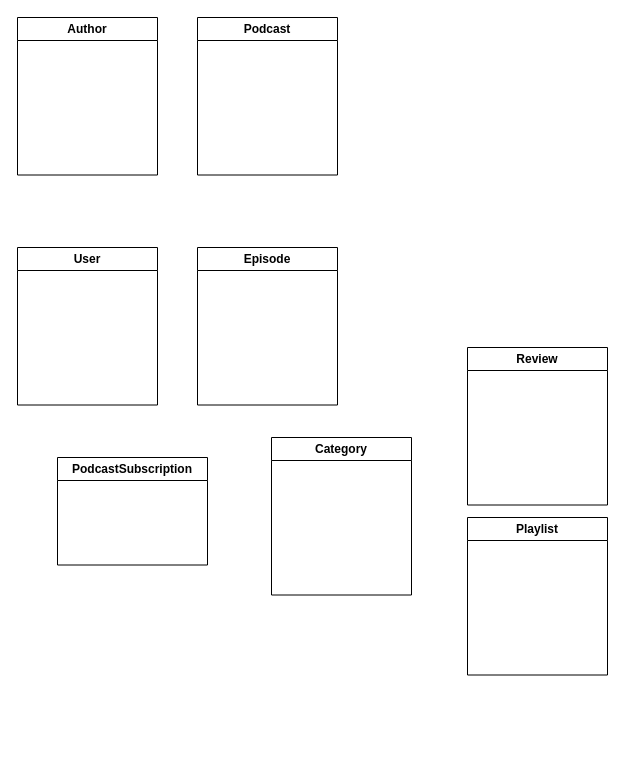
zlrkw11/CS-235 keeps this draw.io diagram as 235 Class Diagram.drawio. Above is the earlier version. Source tidied: cells renumbered, new cells numbered last; positions are measured from the earlier drawing's top-left corner, leaving out a move shared by most shapes. Both pictures are drawn from the tidied source at 100%, with x=0, y=0 at pixel (17, 17).
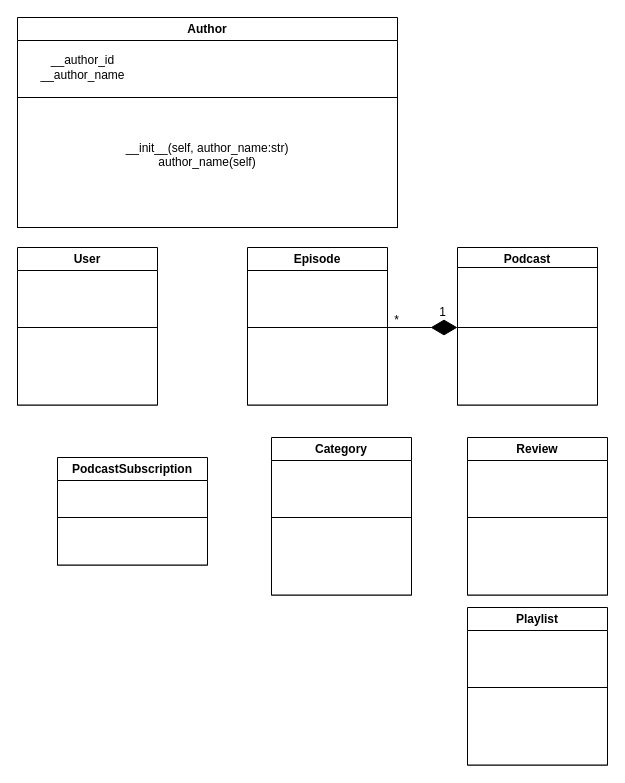
The same page after the edit.

Commit message:
episode -> podcast

The change refers to these unchanged cells:
```xml
<mxCell id="5" value="User" style="swimlane;whiteSpace=wrap;html=1;" parent="1" vertex="1">
  <mxGeometry y="230" width="140" height="157.5" as="geometry" />
</mxCell>
<mxCell id="6" value="PodcastSubscription" style="swimlane;whiteSpace=wrap;html=1;" parent="1" vertex="1">
  <mxGeometry x="40" y="440" width="150" height="107.5" as="geometry" />
</mxCell>
<mxCell id="7" value="Category" style="swimlane;whiteSpace=wrap;html=1;" parent="1" vertex="1">
  <mxGeometry x="254" y="420" width="140" height="157.5" as="geometry" />
</mxCell>
```

What changed in the source:
```diff
@@
     <mxCell id="2" value="Author" style="swimlane;whiteSpace=wrap;html=1;" parent="1" vertex="1">
-      <mxGeometry width="140" height="157.5" as="geometry" />
+      <mxGeometry width="380" height="210" as="geometry" />
     </mxCell>
+    <mxCell id="10" value="__init__(self, author_name:str)&lt;div&gt;&lt;span style=&quot;background-color: initial;&quot;&gt;author_name(self)&lt;/span&gt;&lt;div&gt;&lt;br&gt;&lt;/div&gt;&lt;/div&gt;" style="rounded=0;whiteSpace=wrap;html=1;" parent="2" vertex="1">
+      <mxGeometry y="80" width="380" height="130" as="geometry" />
+    </mxCell>
+    <mxCell id="11" value="__author_id&lt;div&gt;__author_name&lt;/div&gt;" style="text;html=1;align=center;verticalAlign=middle;strokeColor=none;fillColor=none;" parent="2" vertex="1">
+      <mxGeometry x="10" y="30" width="110" height="40" as="geometry" />
+    </mxCell>
     <mxCell id="3" value="Podcast" style="swimlane;whiteSpace=wrap;html=1;" parent="1" vertex="1">
-      <mxGeometry x="180" width="140" height="157.5" as="geometry" />
+      <mxGeometry x="440" y="230" width="140" height="157.5" as="geometry" />
     </mxCell>
+    <mxCell id="12" style="rounded=0;whiteSpace=wrap;html=1;" parent="3" vertex="1">
+      <mxGeometry y="80" width="140" height="77.5" as="geometry" />
+    </mxCell>
+    <mxCell id="13" style="rounded=0;whiteSpace=wrap;html=1;" parent="3" vertex="1">
+      <mxGeometry y="20" width="140" height="60" as="geometry" />
+    </mxCell>
     <mxCell id="4" value="Episode" style="swimlane;whiteSpace=wrap;html=1;" parent="1" vertex="1">
-      <mxGeometry x="180" y="230" width="140" height="157.5" as="geometry" />
+      <mxGeometry x="230" y="230" width="140" height="157.5" as="geometry" />
     </mxCell>
+    <mxCell id="14" style="rounded=0;whiteSpace=wrap;html=1;" parent="4" vertex="1">
+      <mxGeometry y="80" width="140" height="77.5" as="geometry" />
+    </mxCell>
+    <mxCell id="15" style="rounded=0;whiteSpace=wrap;html=1;" parent="4" vertex="1">
+      <mxGeometry y="23" width="140" height="57" as="geometry" />
+    </mxCell>
@@
+    <mxCell id="16" style="rounded=0;whiteSpace=wrap;html=1;" parent="5" vertex="1">
+      <mxGeometry y="80" width="140" height="77.5" as="geometry" />
+    </mxCell>
@@
+    <mxCell id="17" style="rounded=0;whiteSpace=wrap;html=1;" parent="6" vertex="1">
+      <mxGeometry y="60" width="150" height="47.5" as="geometry" />
+    </mxCell>
@@
+    <mxCell id="18" style="rounded=0;whiteSpace=wrap;html=1;" parent="7" vertex="1">
+      <mxGeometry y="80" width="140" height="77.5" as="geometry" />
+    </mxCell>
     <mxCell id="8" value="Review" style="swimlane;whiteSpace=wrap;html=1;" parent="1" vertex="1">
-      <mxGeometry x="450" y="330" width="140" height="157.5" as="geometry" />
+      <mxGeometry x="450" y="420" width="140" height="157.5" as="geometry" />
     </mxCell>
+    <mxCell id="19" style="rounded=0;whiteSpace=wrap;html=1;" parent="8" vertex="1">
+      <mxGeometry y="80" width="140" height="77.5" as="geometry" />
+    </mxCell>
     <mxCell id="9" value="Playlist" style="swimlane;whiteSpace=wrap;html=1;" parent="1" vertex="1">
-      <mxGeometry x="450" y="500" width="140" height="157.5" as="geometry" />
+      <mxGeometry x="450" y="590" width="140" height="157.5" as="geometry" />
     </mxCell>
+    <mxCell id="20" style="rounded=0;whiteSpace=wrap;html=1;" parent="9" vertex="1">
+      <mxGeometry y="80" width="140" height="77.5" as="geometry" />
+    </mxCell>
+    <mxCell id="21" style="endArrow=diamondThin;endFill=1;endSize=24;html=1;rounded=0;entryX=0;entryY=0;entryDx=0;entryDy=0;" parent="1" edge="1" target="12">
+      <mxGeometry relative="1" as="geometry">
+        <mxPoint x="370" y="310" as="sourcePoint" />
+      </mxGeometry>
+    </mxCell>
+    <mxCell id="22" value="*" style="text;html=1;align=center;verticalAlign=middle;strokeColor=none;fillColor=none;" parent="1" vertex="1">
+      <mxGeometry x="364" y="288" width="30" height="30" as="geometry" />
+    </mxCell>
+    <mxCell id="23" value="1" style="text;html=1;align=center;verticalAlign=middle;strokeColor=none;fillColor=none;" parent="1" vertex="1">
+      <mxGeometry x="410" y="280" width="30" height="30" as="geometry" />
+    </mxCell>
```
